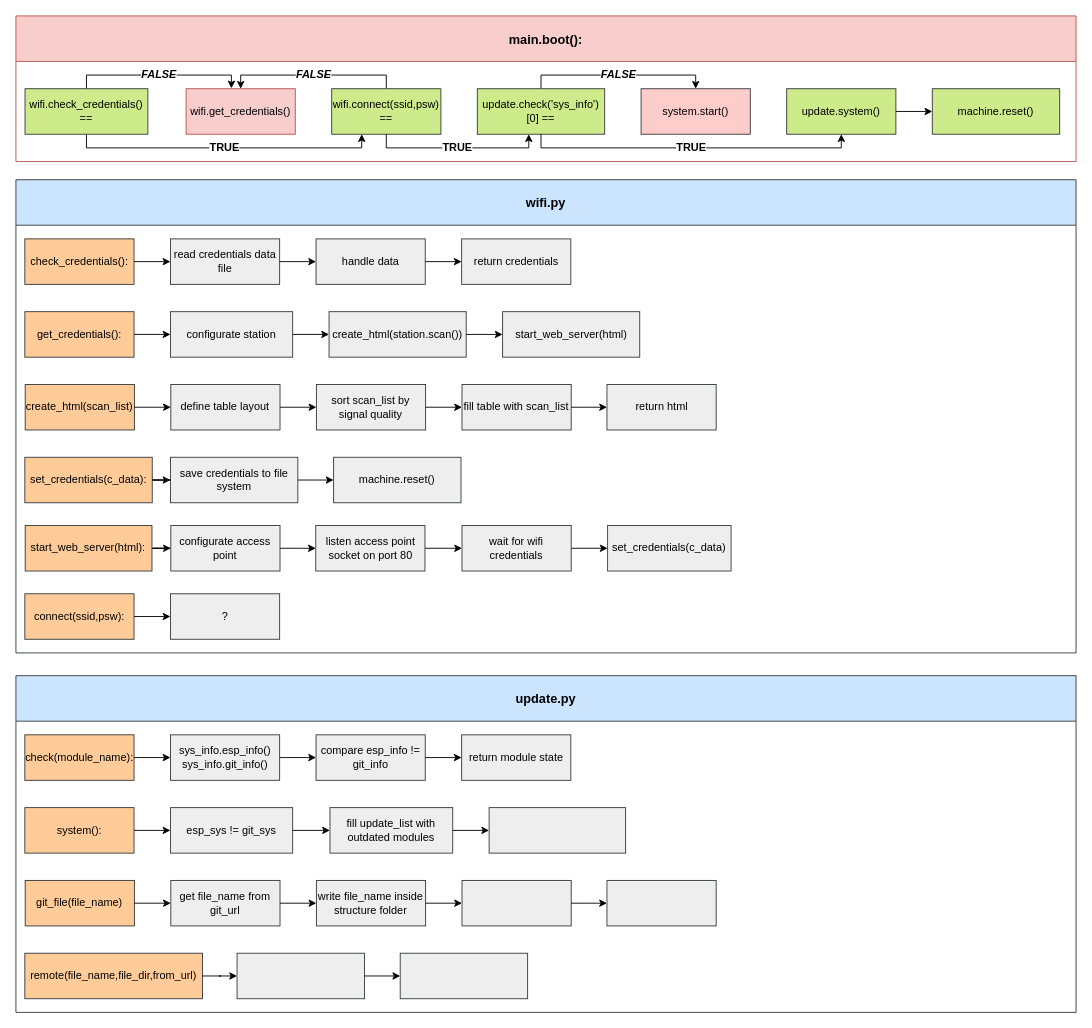
The draw.io diagram design_files/esp_structure.drawio in marsex/workbench, before the edit. Source tidied: cells renumbered, new cells numbered last; positions are measured from the earlier drawing's top-left corner, leaving out a move shared by most shapes. Both pictures are drawn from the tidied source at 91%, with x=0, y=0 at pixel (15, 15).
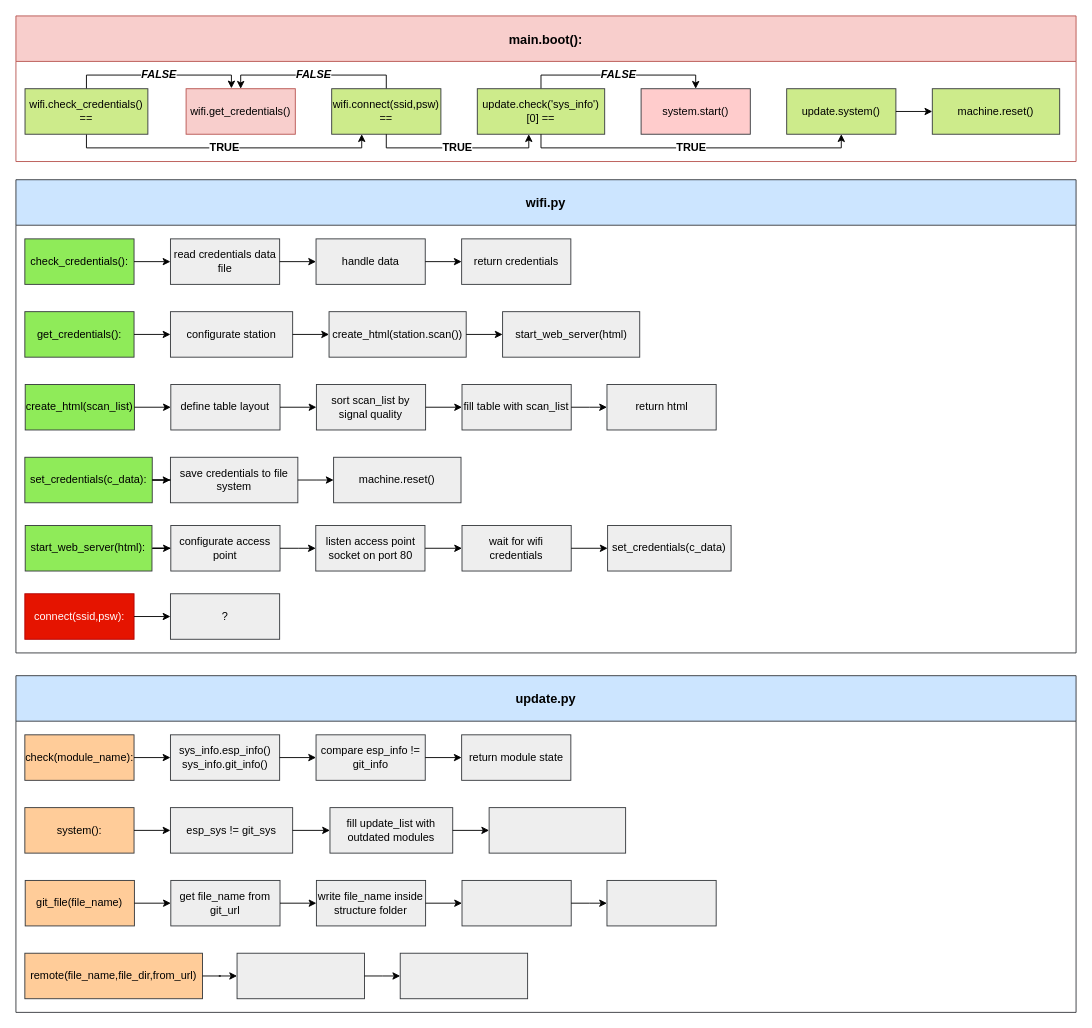
The same page after the edit.

Unchanged cells that the change refers to:
```xml
<mxCell id="52" value="wifi.py" style="swimlane;strokeColor=#36393d;fillColor=#cce5ff;fontSize=14;startSize=50;flipH=1;swimlaneFillColor=#ffffff;" parent="1" vertex="1">
  <mxGeometry y="180" width="1165" height="520" as="geometry" />
</mxCell>
```

What changed in the source:
```diff
@@
-    <mxCell id="53" value="start_web_server(html):" style="rounded=0;whiteSpace=wrap;html=1;fillColor=#ffcc99;strokeColor=#36393d;" parent="52" vertex="1">
+    <mxCell id="53" value="start_web_server(html):" style="rounded=0;whiteSpace=wrap;html=1;fillColor=#8FEB59;strokeColor=#36393d;" parent="52" vertex="1">
       <mxGeometry x="10.2" y="380" width="139.3" height="50" as="geometry" />
     </mxCell>
-    <mxCell id="54" value="check_credentials():" style="rounded=0;whiteSpace=wrap;html=1;fillColor=#ffcc99;strokeColor=#36393d;" parent="52" vertex="1">
+    <mxCell id="54" value="check_credentials():" style="rounded=0;whiteSpace=wrap;html=1;fillColor=#8FEB59;strokeColor=#36393d;" parent="52" vertex="1">
       <mxGeometry x="9.8" y="65" width="120" height="50" as="geometry" />
     </mxCell>
@@
-    <mxCell id="61" value="get_credentials():" style="rounded=0;whiteSpace=wrap;html=1;fillColor=#ffcc99;strokeColor=#36393d;" parent="52" vertex="1">
+    <mxCell id="61" value="get_credentials():" style="rounded=0;whiteSpace=wrap;html=1;fillColor=#8FEB59;strokeColor=#36393d;" parent="52" vertex="1">
       <mxGeometry x="9.8" y="145" width="120" height="50" as="geometry" />
     </mxCell>
@@
-    <mxCell id="64" value="connect(ssid,psw):" style="rounded=0;whiteSpace=wrap;html=1;fillColor=#ffcc99;strokeColor=#36393d;" parent="52" vertex="1">
+    <mxCell id="64" value="connect(ssid,psw):" style="rounded=0;whiteSpace=wrap;html=1;fillColor=#e51400;strokeColor=#B20000;fontColor=#ffffff;" parent="52" vertex="1">
       <mxGeometry x="9.8" y="455" width="120" height="50" as="geometry" />
     </mxCell>
@@
-    <mxCell id="67" value="create_html(scan_list)" style="rounded=0;whiteSpace=wrap;html=1;fillColor=#ffcc99;strokeColor=#36393d;" parent="52" vertex="1">
+    <mxCell id="67" value="create_html(scan_list)" style="rounded=0;whiteSpace=wrap;html=1;fillColor=#8FEB59;strokeColor=#36393d;" parent="52" vertex="1">
       <mxGeometry x="10.2" y="225" width="120" height="50" as="geometry" />
     </mxCell>
@@
-    <mxCell id="76" value="set_credentials(c_data):" style="rounded=0;whiteSpace=wrap;html=1;fillColor=#ffcc99;strokeColor=#36393d;" parent="52" vertex="1">
+    <mxCell id="76" value="set_credentials(c_data):" style="rounded=0;whiteSpace=wrap;html=1;fillColor=#8FEB59;strokeColor=#36393d;" parent="52" vertex="1">
       <mxGeometry x="9.8" y="305" width="140" height="50" as="geometry" />
     </mxCell>
```
